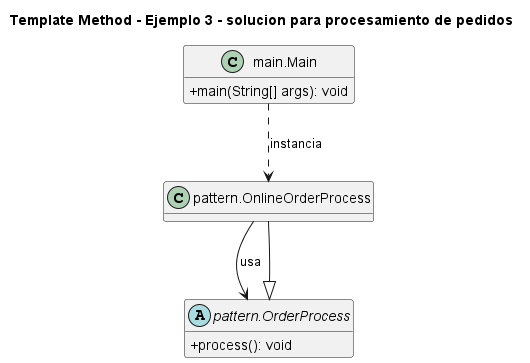
This is 3. Comportamentales/Template Method/Ejemplo 3 - solucion para procesamiento de pedidos/UML.png from NicoCG32/Patrones-de-Software-y-Programacion-UCN, a PlantUML export, as it was before one commit.
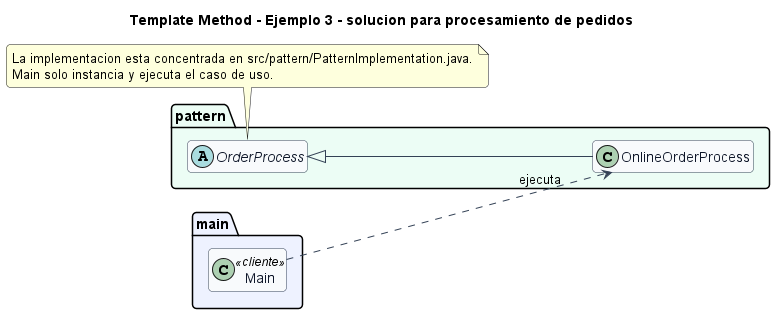
After the commit.

Change to the diagram source:
```diff
@@ -1,16 +1,34 @@
 @startuml
 title Template Method - Ejemplo 3 - solucion para procesamiento de pedidos
+left to right direction
+skinparam backgroundColor #FFFFFF
+skinparam shadowing false
+skinparam roundcorner 8
 skinparam classAttributeIconSize 0
-hide empty fields
-class "main.Main" as main_Main {
-  +main(String[] args): void
+skinparam class {
+  BackgroundColor #F8FAFC
+  BorderColor #334155
+  ArrowColor #334155
+  FontColor #0F172A
 }
-class "pattern.OnlineOrderProcess" as pattern_OnlineOrderProcess {
+hide empty members
+
+package "main" #EEF2FF {
+  class Main <<cliente>>
 }
-abstract class "pattern.OrderProcess" as pattern_OrderProcess {
-  +process(): void
+
+package "pattern" #ECFDF5 {
+  class OnlineOrderProcess {
+  }
+  abstract class OrderProcess {
+  }
 }
-pattern_OrderProcess <|-- pattern_OnlineOrderProcess
-main_Main ..> pattern_OnlineOrderProcess : instancia
-pattern_OnlineOrderProcess --> pattern_OrderProcess : usa
+
+OrderProcess <|-- OnlineOrderProcess
+Main ..> OnlineOrderProcess : ejecuta
+
+note bottom
+La implementacion esta concentrada en src/pattern/PatternImplementation.java.
+Main solo instancia y ejecuta el caso de uso.
+end note
 @enduml
```
